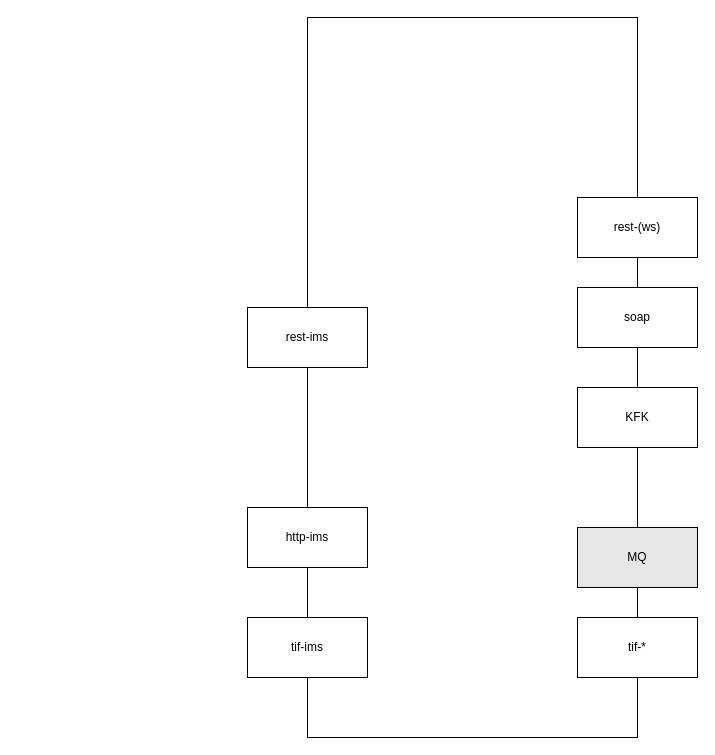
Earlier version of the draw.io diagram IMS_framework.drawio (MichalHasekRB/my-Diagrams). Source tidied: cells renumbered, new cells numbered last; positions are measured from the earlier drawing's top-left corner, leaving out a move shared by most shapes. Both pictures are drawn from the tidied source at 100%, with x=0, y=0 at pixel (247, 17).
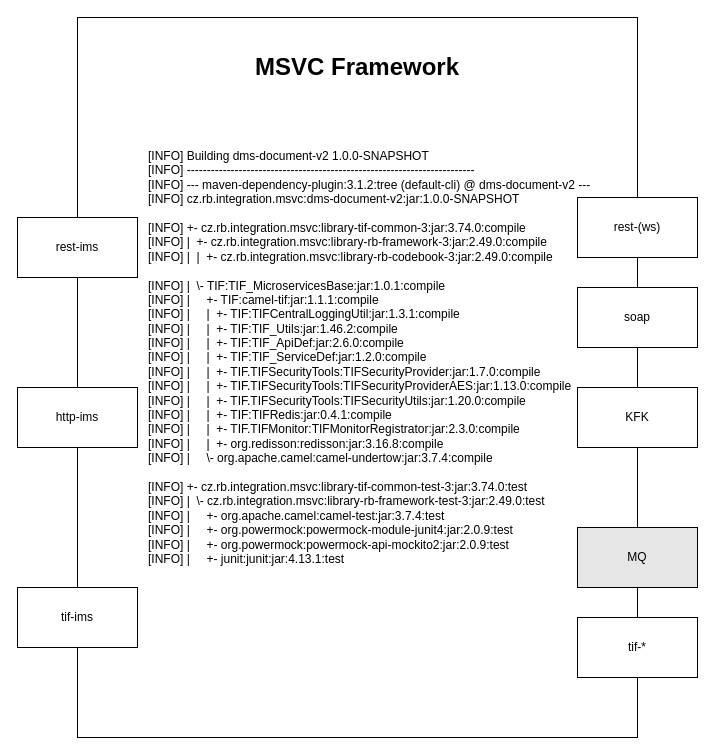
The same page after the edit.

Commit message:
Přidány vnitřní vazby knihovny uvnitř frm

Diff of the diagram source:
```diff
@@
 <mxGraphModel>
   <root>
     <mxCell id="0" />
     <mxCell id="1" parent="0" />
-    <mxCell id="2" style="rounded=0;whiteSpace=wrap;html=1;" parent="1" vertex="1">
-      <mxGeometry x="60" width="330" height="720" as="geometry" />
+    <mxCell id="2" style="rounded=0;whiteSpace=wrap;html=1;align=center;" parent="1" vertex="1">
+      <mxGeometry x="-170" width="560" height="720" as="geometry" />
     </mxCell>
     <mxCell id="3" value="tif-ims" style="rounded=0;whiteSpace=wrap;html=1;" parent="1" vertex="1">
-      <mxGeometry y="600" width="120" height="60" as="geometry" />
+      <mxGeometry x="-230" y="570" width="120" height="60" as="geometry" />
     </mxCell>
     <mxCell id="4" value="http-ims" style="rounded=0;whiteSpace=wrap;html=1;" parent="1" vertex="1">
-      <mxGeometry y="490" width="120" height="60" as="geometry" />
+      <mxGeometry x="-230" y="370" width="120" height="60" as="geometry" />
     </mxCell>
     <mxCell id="5" value="rest-ims" style="rounded=0;whiteSpace=wrap;html=1;" parent="1" vertex="1">
-      <mxGeometry y="290" width="120" height="60" as="geometry" />
+      <mxGeometry x="-230" y="200" width="120" height="60" as="geometry" />
     </mxCell>
     <mxCell id="6" value="tif-*" style="rounded=0;whiteSpace=wrap;html=1;" parent="1" vertex="1">
       <mxGeometry x="330" y="600" width="120" height="60" as="geometry" />
     </mxCell>
     <mxCell id="7" value="soap" style="rounded=0;whiteSpace=wrap;html=1;" parent="1" vertex="1">
       <mxGeometry x="330" y="270" width="120" height="60" as="geometry" />
     </mxCell>
     <mxCell id="8" value="rest-(ws)" style="rounded=0;whiteSpace=wrap;html=1;" parent="1" vertex="1">
       <mxGeometry x="330" y="180" width="120" height="60" as="geometry" />
     </mxCell>
     <mxCell id="9" value="MQ" style="rounded=0;whiteSpace=wrap;html=1;fillColor=#E6E6E6;" parent="1" vertex="1">
       <mxGeometry x="330" y="510" width="120" height="60" as="geometry" />
     </mxCell>
     <mxCell id="10" value="KFK" style="rounded=0;whiteSpace=wrap;html=1;" parent="1" vertex="1">
       <mxGeometry x="330" y="370" width="120" height="60" as="geometry" />
     </mxCell>
+    <mxCell id="11" value="&lt;div&gt;[INFO] Building dms-document-v2 1.0.0-SNAPSHOT&lt;/div&gt;&lt;div&gt;[INFO] ------------------------------------------------------------------------&lt;/div&gt;&lt;div&gt;[INFO] --- maven-dependency-plugin:3.1.2:tree (default-cli) @ dms-document-v2 ---&lt;/div&gt;&lt;div&gt;[INFO] cz.rb.integration.msvc:dms-document-v2:jar:1.0.0-SNAPSHOT&lt;/div&gt;&lt;div&gt;&lt;br&gt;&lt;/div&gt;&lt;div&gt;[INFO] +- cz.rb.integration.msvc:library-tif-common-3:jar:3.74.0:compile&lt;/div&gt;&lt;div&gt;[INFO] |&amp;nbsp; +- cz.rb.integration.msvc:library-rb-framework-3:jar:2.49.0:compile&lt;/div&gt;&lt;div&gt;[INFO] |&amp;nbsp; |&amp;nbsp; +- cz.rb.integration.msvc:library-rb-codebook-3:jar:2.49.0:compile&lt;/div&gt;&lt;div&gt;&lt;br&gt;&lt;/div&gt;&lt;div&gt;[INFO] |&amp;nbsp; \- TIF:TIF_MicroservicesBase:jar:1.0.1:compile&lt;/div&gt;&lt;div&gt;[INFO] |&amp;nbsp; &amp;nbsp; &amp;nbsp;+- TIF:camel-tif:jar:1.1.1:compile&lt;/div&gt;&lt;div&gt;[INFO] |&amp;nbsp; &amp;nbsp; &amp;nbsp;|&amp;nbsp; +- TIF:TIFCentralLoggingUtil:jar:1.3.1:compile&lt;/div&gt;&lt;div&gt;[INFO] |&amp;nbsp; &amp;nbsp; &amp;nbsp;|&amp;nbsp; +- TIF:TIF_Utils:jar:1.46.2:compile&lt;/div&gt;&lt;div&gt;[INFO] |&amp;nbsp; &amp;nbsp; &amp;nbsp;|&amp;nbsp; +- TIF:TIF_ApiDef:jar:2.6.0:compile&lt;/div&gt;&lt;div&gt;[INFO] |&amp;nbsp; &amp;nbsp; &amp;nbsp;|&amp;nbsp; +- TIF:TIF_ServiceDef:jar:1.2.0:compile&lt;/div&gt;&lt;div&gt;[INFO] |&amp;nbsp; &amp;nbsp; &amp;nbsp;|&amp;nbsp; +- TIF.TIFSecurityTools:TIFSecurityProvider:jar:1.7.0:compile&lt;/div&gt;&lt;div&gt;[INFO] |&amp;nbsp; &amp;nbsp; &amp;nbsp;|&amp;nbsp; +- TIF.TIFSecurityTools:TIFSecurityProviderAES:jar:1.13.0:compile&lt;/div&gt;&lt;div&gt;[INFO] |&amp;nbsp; &amp;nbsp; &amp;nbsp;|&amp;nbsp; +- TIF.TIFSecurityTools:TIFSecurityUtils:jar:1.20.0:compile&lt;/div&gt;&lt;div&gt;[INFO] |&amp;nbsp; &amp;nbsp; &amp;nbsp;|&amp;nbsp; +- TIF:TIFRedis:jar:0.4.1:compile&lt;/div&gt;&lt;div&gt;[INFO] |&amp;nbsp; &amp;nbsp; &amp;nbsp;|&amp;nbsp; +- TIF.TIFMonitor:TIFMonitorRegistrator:jar:2.3.0:compile&lt;/div&gt;&lt;div&gt;[INFO] |&amp;nbsp; &amp;nbsp; &amp;nbsp;|&amp;nbsp; +- org.redisson:redisson:jar:3.16.8:compile&lt;/div&gt;&lt;div&gt;[INFO] |&amp;nbsp; &amp;nbsp; &amp;nbsp;\- org.apache.camel:camel-undertow:jar:3.7.4:compile&lt;/div&gt;&lt;div&gt;&lt;br&gt;&lt;/div&gt;&lt;div&gt;[INFO] +- cz.rb.integration.msvc:library-tif-common-test-3:jar:3.74.0:test&lt;/div&gt;&lt;div&gt;[INFO] |&amp;nbsp; \- cz.rb.integration.msvc:library-rb-framework-test-3:jar:2.49.0:test&lt;/div&gt;&lt;div&gt;[INFO] |&amp;nbsp; &amp;nbsp; &amp;nbsp;+- org.apache.camel:camel-test:jar:3.7.4:test&lt;/div&gt;&lt;div&gt;[INFO] |&amp;nbsp; &amp;nbsp; &amp;nbsp;+- org.powermock:powermock-module-junit4:jar:2.0.9:test&lt;/div&gt;&lt;div&gt;[INFO] |&amp;nbsp; &amp;nbsp; &amp;nbsp;+- org.powermock:powermock-api-mockito2:jar:2.0.9:test&lt;/div&gt;&lt;div&gt;[INFO] |&amp;nbsp; &amp;nbsp; &amp;nbsp;+- junit:junit:jar:4.13.1:test&lt;/div&gt;&lt;div&gt;&lt;br&gt;&lt;/div&gt;" style="text;html=1;strokeColor=none;fillColor=none;align=left;verticalAlign=top;whiteSpace=wrap;rounded=0;" parent="1" vertex="1">
+      <mxGeometry x="-101" y="125" width="470" height="410" as="geometry" />
+    </mxCell>
+    <mxCell id="12" value="&lt;h1&gt;MSVC Framework&lt;/h1&gt;" style="text;html=1;strokeColor=none;fillColor=none;spacing=5;spacingTop=-20;whiteSpace=wrap;overflow=hidden;rounded=0;align=center;verticalAlign=top;" parent="1" vertex="1">
+      <mxGeometry x="-20" y="30" width="260" height="50" as="geometry" />
+    </mxCell>
   </root>
 </mxGraphModel>
```
